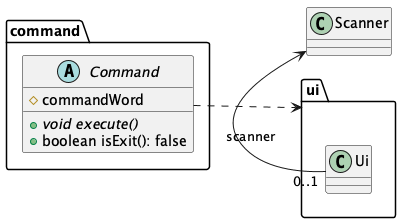
Earlier version of the PlantUML export docs/src/UiDiagram.png (Tanjy55/tp). Source of this version:
```plantuml
@startuml
left to right direction

package command {
    abstract class Command {
        # commandWord
        + {abstract} void execute()
        + boolean isExit(): false
    }
}

package ui {
    class Ui {

    }
}

Command ..> ui

Ui "0..1" -> Scanner: scanner

@enduml
```
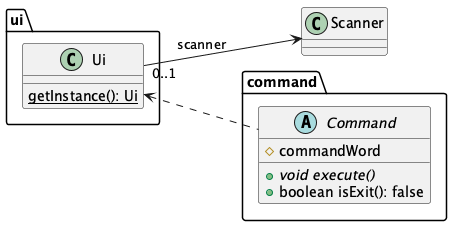
Later version of the same file.

Commit message:
Update UML diagrams and refine command structure in documentation

Change to the diagram source:
```diff
@@ -11,12 +11,13 @@
 
 package ui {
     class Ui {
-
+        {static} getInstance(): Ui
     }
 }
 
-Command ..> ui
+Ui <.. Command
 
-Ui "0..1" -> Scanner: scanner
+
+Ui "0..1" --> Scanner: scanner
 
 @enduml
```
